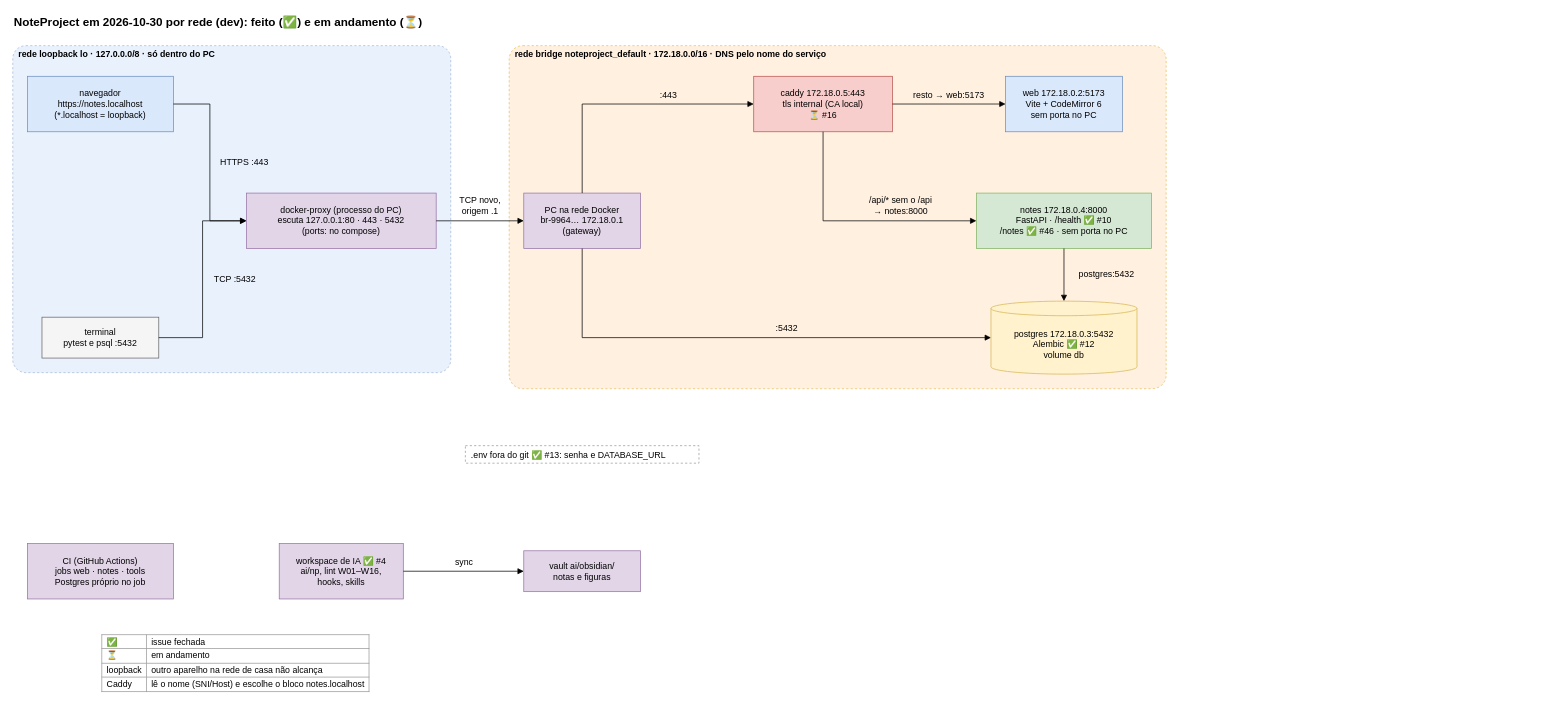
The draw.io diagram ai/kb/diagramas/o-que-ja-foi-feito.drawio in LuccaRh/NoteProject, before the edit. Source tidied: cells renumbered, new cells numbered last; positions are measured from the earlier drawing's top-left corner, leaving out a move shared by most shapes. Both pictures are drawn from the tidied source at 73%, with x=0, y=0 at pixel (12, 12).
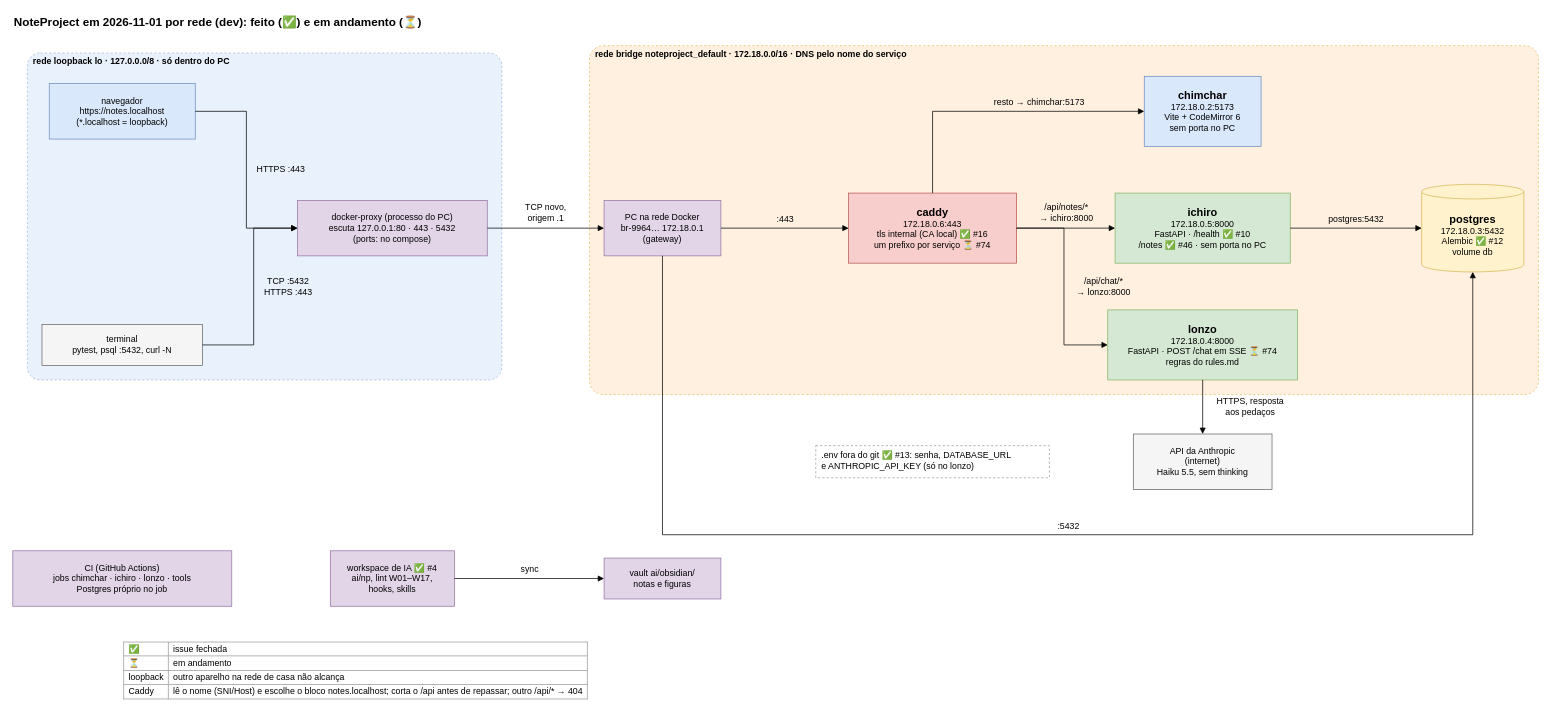
After the change.

The edit, as a diff of the source:
```diff
@@
-    <mxCell id="2" value="NoteProject em 2026-10-30 por rede (dev): feito (✅) e em andamento (⏳)" style="text;html=1;align=left;verticalAlign=middle;fontSize=16;fontStyle=1;" parent="1" vertex="1">
+    <mxCell id="2" value="NoteProject em 2026-11-01 por rede (dev): feito (✅) e em andamento (⏳)" style="text;html=1;align=left;verticalAlign=middle;fontSize=16;fontStyle=1;" parent="1" vertex="1">
       <mxGeometry width="658" height="26" as="geometry" />
     </mxCell>
     <mxCell id="3" style="rounded=1;arcSize=4;dashed=1;html=1;fontSize=12;fillColor=#ffe6cc;strokeColor=#d79b00;opacity=60;" parent="1" vertex="1">
-      <mxGeometry x="680" y="45" width="900" height="470" as="geometry" />
+      <mxGeometry x="790" y="45" width="1300" height="478" as="geometry" />
     </mxCell>
     <mxCell id="4" style="rounded=1;arcSize=4;dashed=1;html=1;fontSize=12;fillColor=#dae8fc;strokeColor=#6c8ebf;opacity=60;" parent="1" vertex="1">
-      <mxGeometry y="45" width="600" height="448" as="geometry" />
+      <mxGeometry x="20" y="55" width="650" height="448" as="geometry" />
     </mxCell>
     <mxCell id="5" value="navegador&lt;br&gt;https://notes.localhost&lt;br&gt;(*.localhost = loopback)" style="html=1;whiteSpace=wrap;fontSize=12;rounded=0;fillColor=#dae8fc;strokeColor=#6c8ebf;" parent="1" vertex="1">
-      <mxGeometry x="20" y="87" width="200" height="76" as="geometry" />
+      <mxGeometry x="50" y="97" width="200" height="76" as="geometry" />
     </mxCell>
-    <mxCell id="6" value="terminal&lt;br&gt;pytest e psql :5432" style="html=1;whiteSpace=wrap;fontSize=12;rounded=0;fillColor=#f5f5f5;strokeColor=#666666;" parent="1" vertex="1">
-      <mxGeometry x="40" y="417" width="160" height="56" as="geometry" />
+    <mxCell id="6" value="terminal&lt;br&gt;pytest, psql :5432, curl -N" style="html=1;whiteSpace=wrap;fontSize=12;rounded=0;fillColor=#f5f5f5;strokeColor=#666666;" parent="1" vertex="1">
+      <mxGeometry x="40" y="427" width="220" height="56" as="geometry" />
     </mxCell>
     <mxCell id="7" value="docker-proxy (processo do PC)&lt;br&gt;escuta 127.0.0.1:80 · 443 · 5432&lt;br&gt;(ports: no compose)" style="html=1;whiteSpace=wrap;fontSize=12;rounded=0;fillColor=#e1d5e7;strokeColor=#9673a6;" parent="1" vertex="1">
-      <mxGeometry x="320" y="247" width="260" height="76" as="geometry" />
+      <mxGeometry x="390" y="257" width="260" height="76" as="geometry" />
     </mxCell>
     <mxCell id="8" value="PC na rede Docker&lt;br&gt;br-9964… 172.18.0.1&lt;br&gt;(gateway)" style="html=1;whiteSpace=wrap;fontSize=12;rounded=0;fillColor=#e1d5e7;strokeColor=#9673a6;" parent="1" vertex="1">
-      <mxGeometry x="700" y="247" width="160" height="76" as="geometry" />
+      <mxGeometry x="810" y="257" width="160" height="76" as="geometry" />
     </mxCell>
-    <mxCell id="9" value="caddy 172.18.0.5:443&lt;br&gt;tls internal (CA local)&lt;br&gt;⏳ #16" style="html=1;whiteSpace=wrap;fontSize=12;rounded=0;fillColor=#f8cecc;strokeColor=#b85450;" parent="1" vertex="1">
-      <mxGeometry x="1015" y="87" width="190" height="76" as="geometry" />
+    <mxCell id="9" value="&lt;font style='font-size:15px'&gt;&lt;b&gt;caddy&lt;/b&gt;&lt;/font&gt;&lt;br&gt;172.18.0.6:443&lt;br&gt;tls internal (CA local) ✅ #16&lt;br&gt;um prefixo por serviço ⏳ #74" style="html=1;whiteSpace=wrap;fontSize=12;rounded=0;fillColor=#f8cecc;strokeColor=#b85450;" parent="1" vertex="1">
+      <mxGeometry x="1145" y="247" width="230" height="96" as="geometry" />
     </mxCell>
-    <mxCell id="10" value="web 172.18.0.2:5173&lt;br&gt;Vite + CodeMirror 6&lt;br&gt;sem porta no PC" style="html=1;whiteSpace=wrap;fontSize=12;rounded=0;fillColor=#dae8fc;strokeColor=#6c8ebf;" parent="1" vertex="1">
-      <mxGeometry x="1360" y="87" width="160" height="76" as="geometry" />
+    <mxCell id="10" value="&lt;font style='font-size:15px'&gt;&lt;b&gt;chimchar&lt;/b&gt;&lt;/font&gt;&lt;br&gt;172.18.0.2:5173&lt;br&gt;Vite + CodeMirror 6&lt;br&gt;sem porta no PC" style="html=1;whiteSpace=wrap;fontSize=12;rounded=0;fillColor=#dae8fc;strokeColor=#6c8ebf;" parent="1" vertex="1">
+      <mxGeometry x="1550" y="87" width="160" height="96" as="geometry" />
     </mxCell>
-    <mxCell id="11" value="notes 172.18.0.4:8000&lt;br&gt;FastAPI · /health ✅ #10&lt;br&gt;/notes ✅ #46 · sem porta no PC" style="html=1;whiteSpace=wrap;fontSize=12;rounded=0;fillColor=#d5e8d4;strokeColor=#82b366;" parent="1" vertex="1">
-      <mxGeometry x="1320" y="247" width="240" height="76" as="geometry" />
+    <mxCell id="11" value="&lt;font style='font-size:15px'&gt;&lt;b&gt;ichiro&lt;/b&gt;&lt;/font&gt;&lt;br&gt;172.18.0.5:8000&lt;br&gt;FastAPI · /health ✅ #10&lt;br&gt;/notes ✅ #46 · sem porta no PC" style="html=1;whiteSpace=wrap;fontSize=12;rounded=0;fillColor=#d5e8d4;strokeColor=#82b366;" parent="1" vertex="1">
+      <mxGeometry x="1510" y="247" width="240" height="96" as="geometry" />
     </mxCell>
+    <mxCell id="38" value="&lt;font style='font-size:15px'&gt;&lt;b&gt;lonzo&lt;/b&gt;&lt;/font&gt;&lt;br&gt;172.18.0.4:8000&lt;br&gt;FastAPI · POST /chat em SSE ⏳ #74&lt;br&gt;regras do rules.md" style="html=1;whiteSpace=wrap;fontSize=12;rounded=0;fillColor=#d5e8d4;strokeColor=#82b366;" parent="1" vertex="1">
+      <mxGeometry x="1500" y="407" width="260" height="96" as="geometry" />
+    </mxCell>
-    <mxCell id="12" value="postgres 172.18.0.3:5432&lt;br&gt;Alembic ✅ #12&lt;br&gt;volume db" style="html=1;whiteSpace=wrap;fontSize=12;shape=cylinder3;boundedLbl=1;backgroundOutline=1;size=10;fillColor=#fff2cc;strokeColor=#d6b656;" parent="1" vertex="1">
-      <mxGeometry x="1340" y="395" width="200" height="100" as="geometry" />
+    <mxCell id="12" value="&lt;font style='font-size:15px'&gt;&lt;b&gt;postgres&lt;/b&gt;&lt;/font&gt;&lt;br&gt;172.18.0.3:5432&lt;br&gt;Alembic ✅ #12&lt;br&gt;volume db" style="html=1;whiteSpace=wrap;fontSize=12;shape=cylinder3;boundedLbl=1;backgroundOutline=1;size=10;fillColor=#fff2cc;strokeColor=#d6b656;" parent="1" vertex="1">
+      <mxGeometry x="1930" y="235" width="140" height="120" as="geometry" />
     </mxCell>
+    <mxCell id="39" value="API da Anthropic&lt;br&gt;(internet)&lt;br&gt;Haiku 5.5, sem thinking" style="html=1;whiteSpace=wrap;fontSize=12;rounded=0;fillColor=#f5f5f5;strokeColor=#666666;" parent="1" vertex="1">
+      <mxGeometry x="1535" y="577" width="190" height="76" as="geometry" />
+    </mxCell>
-    <mxCell id="13" value=".env fora do git ✅ #13: senha e DATABASE_URL" style="text;html=1;whiteSpace=wrap;fontSize=12;align=left;verticalAlign=top;strokeColor=#999999;dashed=1;spacingLeft=6;" parent="1" vertex="1">
-      <mxGeometry x="620" y="593" width="320" height="24" as="geometry" />
+    <mxCell id="13" value=".env fora do git ✅ #13: senha, DATABASE_URL&lt;br&gt;e ANTHROPIC_API_KEY (só no lonzo)" style="text;html=1;whiteSpace=wrap;fontSize=12;align=left;verticalAlign=top;strokeColor=#999999;dashed=1;spacingLeft=6;" parent="1" vertex="1">
+      <mxGeometry x="1100" y="593" width="320" height="44" as="geometry" />
     </mxCell>
-    <mxCell id="14" value="CI (GitHub Actions)&lt;br&gt;jobs web · notes · tools&lt;br&gt;Postgres próprio no job" style="html=1;whiteSpace=wrap;fontSize=12;rounded=0;fillColor=#e1d5e7;strokeColor=#9673a6;" parent="1" vertex="1">
-      <mxGeometry x="20" y="727" width="200" height="76" as="geometry" />
+    <mxCell id="14" value="CI (GitHub Actions)&lt;br&gt;jobs chimchar · ichiro · lonzo · tools&lt;br&gt;Postgres próprio no job" style="html=1;whiteSpace=wrap;fontSize=12;rounded=0;fillColor=#e1d5e7;strokeColor=#9673a6;" parent="1" vertex="1">
+      <mxGeometry y="737" width="300" height="76" as="geometry" />
     </mxCell>
-    <mxCell id="15" value="workspace de IA ✅ #4&lt;br&gt;ai/np, lint W01–W16,&lt;br&gt;hooks, skills" style="html=1;whiteSpace=wrap;fontSize=12;rounded=0;fillColor=#e1d5e7;strokeColor=#9673a6;" parent="1" vertex="1">
-      <mxGeometry x="365" y="727" width="170" height="76" as="geometry" />
+    <mxCell id="15" value="workspace de IA ✅ #4&lt;br&gt;ai/np, lint W01–W17,&lt;br&gt;hooks, skills" style="html=1;whiteSpace=wrap;fontSize=12;rounded=0;fillColor=#e1d5e7;strokeColor=#9673a6;" parent="1" vertex="1">
+      <mxGeometry x="435" y="737" width="170" height="76" as="geometry" />
     </mxCell>
     <mxCell id="16" value="vault ai/obsidian/&lt;br&gt;notas e figuras" style="html=1;whiteSpace=wrap;fontSize=12;rounded=0;fillColor=#e1d5e7;strokeColor=#9673a6;" parent="1" vertex="1">
-      <mxGeometry x="700" y="737" width="160" height="56" as="geometry" />
+      <mxGeometry x="810" y="747" width="160" height="56" as="geometry" />
     </mxCell>
     <mxCell id="17" style="html=1;rounded=0;endArrow=block;endFill=1;startArrow=none;" parent="1" edge="1">
       <mxGeometry relative="1" as="geometry">
-        <mxPoint x="220" y="125" as="sourcePoint" />
-        <mxPoint x="320" y="285" as="targetPoint" />
+        <mxPoint x="250" y="135" as="sourcePoint" />
+        <mxPoint x="390" y="295" as="targetPoint" />
         <Array as="points">
-          <mxPoint x="270" y="125" />
-          <mxPoint x="270" y="285" />
+          <mxPoint x="320" y="135" />
+          <mxPoint x="320" y="295" />
         </Array>
       </mxGeometry>
     </mxCell>
     <mxCell id="18" style="html=1;rounded=0;endArrow=block;endFill=1;startArrow=none;" parent="1" edge="1">
       <mxGeometry relative="1" as="geometry">
-        <mxPoint x="200" y="445" as="sourcePoint" />
-        <mxPoint x="320" y="285" as="targetPoint" />
+        <mxPoint x="260" y="455" as="sourcePoint" />
+        <mxPoint x="390" y="295" as="targetPoint" />
         <Array as="points">
-          <mxPoint x="260" y="445" />
-          <mxPoint x="260" y="285" />
+          <mxPoint x="330" y="455" />
+          <mxPoint x="330" y="295" />
         </Array>
       </mxGeometry>
     </mxCell>
     <mxCell id="19" style="html=1;rounded=0;endArrow=block;endFill=1;startArrow=none;" parent="1" edge="1">
       <mxGeometry relative="1" as="geometry">
-        <mxPoint x="580" y="285" as="sourcePoint" />
-        <mxPoint x="700" y="285" as="targetPoint" />
+        <mxPoint x="650" y="295" as="sourcePoint" />
+        <mxPoint x="810" y="295" as="targetPoint" />
       </mxGeometry>
     </mxCell>
     <mxCell id="20" style="html=1;rounded=0;endArrow=block;endFill=1;startArrow=none;" parent="1" edge="1">
       <mxGeometry relative="1" as="geometry">
-        <mxPoint x="780" y="247" as="sourcePoint" />
-        <mxPoint x="1015" y="125" as="targetPoint" />
-        <Array as="points">
-          <mxPoint x="780" y="125" />
-        </Array>
+        <mxPoint x="970" y="295" as="sourcePoint" />
+        <mxPoint x="1145" y="295" as="targetPoint" />
       </mxGeometry>
     </mxCell>
     <mxCell id="21" style="html=1;rounded=0;endArrow=block;endFill=1;startArrow=none;" parent="1" edge="1">
       <mxGeometry relative="1" as="geometry">
-        <mxPoint x="1205" y="125" as="sourcePoint" />
-        <mxPoint x="1360" y="125" as="targetPoint" />
+        <mxPoint x="1260" y="247" as="sourcePoint" />
+        <mxPoint x="1550" y="135" as="targetPoint" />
+        <Array as="points">
+          <mxPoint x="1260" y="135" />
+        </Array>
       </mxGeometry>
     </mxCell>
     <mxCell id="22" style="html=1;rounded=0;endArrow=block;endFill=1;startArrow=none;" parent="1" edge="1">
       <mxGeometry relative="1" as="geometry">
-        <mxPoint x="1110" y="163" as="sourcePoint" />
-        <mxPoint x="1320" y="285" as="targetPoint" />
-        <Array as="points">
-          <mxPoint x="1110" y="285" />
-        </Array>
+        <mxPoint x="1375" y="295" as="sourcePoint" />
+        <mxPoint x="1510" y="295" as="targetPoint" />
       </mxGeometry>
     </mxCell>
     <mxCell id="23" style="html=1;rounded=0;endArrow=block;endFill=1;startArrow=none;" parent="1" edge="1">
       <mxGeometry relative="1" as="geometry">
-        <mxPoint x="780" y="323" as="sourcePoint" />
-        <mxPoint x="1340" y="445" as="targetPoint" />
+        <mxPoint x="1375" y="295" as="sourcePoint" />
+        <mxPoint x="1500" y="455" as="targetPoint" />
         <Array as="points">
-          <mxPoint x="780" y="445" />
+          <mxPoint x="1440" y="295" />
+          <mxPoint x="1440" y="455" />
         </Array>
       </mxGeometry>
     </mxCell>
     <mxCell id="24" style="html=1;rounded=0;endArrow=block;endFill=1;startArrow=none;" parent="1" edge="1">
       <mxGeometry relative="1" as="geometry">
-        <mxPoint x="1440" y="323" as="sourcePoint" />
-        <mxPoint x="1440" y="395" as="targetPoint" />
+        <mxPoint x="1750" y="295" as="sourcePoint" />
+        <mxPoint x="1930" y="295" as="targetPoint" />
       </mxGeometry>
     </mxCell>
     <mxCell id="25" style="html=1;rounded=0;endArrow=block;endFill=1;startArrow=none;" parent="1" edge="1">
       <mxGeometry relative="1" as="geometry">
-        <mxPoint x="535" y="765" as="sourcePoint" />
-        <mxPoint x="700" y="765" as="targetPoint" />
+        <mxPoint x="1630" y="503" as="sourcePoint" />
+        <mxPoint x="1630" y="577" as="targetPoint" />
       </mxGeometry>
     </mxCell>
+    <mxCell id="40" style="html=1;rounded=0;endArrow=block;endFill=1;startArrow=none;" parent="1" edge="1">
+      <mxGeometry relative="1" as="geometry">
+        <mxPoint x="890" y="333" as="sourcePoint" />
+        <mxPoint x="2000" y="355" as="targetPoint" />
+        <Array as="points">
+          <mxPoint x="890" y="715" />
+          <mxPoint x="2000" y="715" />
+        </Array>
+      </mxGeometry>
+    </mxCell>
+    <mxCell id="41" style="html=1;rounded=0;endArrow=block;endFill=1;startArrow=none;" parent="1" edge="1">
+      <mxGeometry relative="1" as="geometry">
+        <mxPoint x="605" y="775" as="sourcePoint" />
+        <mxPoint x="810" y="775" as="targetPoint" />
+      </mxGeometry>
+    </mxCell>
     <mxCell id="26" value="&lt;b&gt;rede loopback lo · 127.0.0.0/8 · só dentro do PC&lt;/b&gt;" style="text;html=1;align=left;verticalAlign=middle;fontSize=12;" parent="1" vertex="1">
-      <mxGeometry x="6" y="48" width="352" height="18" as="geometry" />
+      <mxGeometry x="26" y="58" width="352" height="18" as="geometry" />
     </mxCell>
     <mxCell id="27" value="&lt;b&gt;rede bridge noteproject_default · 172.18.0.0/16 · DNS pelo nome do serviço&lt;/b&gt;" style="text;html=1;align=left;verticalAlign=middle;fontSize=12;" parent="1" vertex="1">
-      <mxGeometry x="686" y="48" width="527" height="18" as="geometry" />
+      <mxGeometry x="796" y="48" width="527" height="18" as="geometry" />
     </mxCell>
     <mxCell id="28" value="HTTPS :443" style="text;html=1;align=center;verticalAlign=middle;fontSize=12;" parent="1" vertex="1">
-      <mxGeometry x="274" y="196" width="86" height="18" as="geometry" />
+      <mxGeometry x="324" y="206" width="86" height="18" as="geometry" />
     </mxCell>
-    <mxCell id="29" value="TCP :5432" style="text;html=1;align=center;verticalAlign=middle;fontSize=12;" parent="1" vertex="1">
-      <mxGeometry x="264" y="356" width="79" height="18" as="geometry" />
+    <mxCell id="29" value="TCP :5432&lt;br&gt;HTTPS :443" style="text;html=1;align=center;verticalAlign=middle;fontSize=12;" parent="1" vertex="1">
+      <mxGeometry x="334" y="357" width="86" height="36" as="geometry" />
     </mxCell>
     <mxCell id="30" value="TCP novo,&lt;br&gt;origem .1" style="text;html=1;align=center;verticalAlign=middle;fontSize=12;" parent="1" vertex="1">
-      <mxGeometry x="600" y="246" width="79" height="36" as="geometry" />
+      <mxGeometry x="690" y="256" width="79" height="36" as="geometry" />
     </mxCell>
     <mxCell id="31" value=":443" style="text;html=1;align=center;verticalAlign=middle;fontSize=12;" parent="1" vertex="1">
-      <mxGeometry x="876" y="104" width="44" height="18" as="geometry" />
+      <mxGeometry x="1036" y="274" width="44" height="18" as="geometry" />
     </mxCell>
-    <mxCell id="32" value="resto → web:5173" style="text;html=1;align=center;verticalAlign=middle;fontSize=12;" parent="1" vertex="1">
-      <mxGeometry x="1218" y="104" width="128" height="18" as="geometry" />
+    <mxCell id="32" value="resto → chimchar:5173" style="text;html=1;align=center;verticalAlign=middle;fontSize=12;" parent="1" vertex="1">
+      <mxGeometry x="1324" y="114" width="163" height="18" as="geometry" />
     </mxCell>
-    <mxCell id="33" value="/api/* sem o /api&lt;br&gt;→ notes:8000" style="text;html=1;align=center;verticalAlign=middle;fontSize=12;" parent="1" vertex="1">
-      <mxGeometry x="1148" y="246" width="135" height="36" as="geometry" />
+    <mxCell id="33" value="/api/notes/*&lt;br&gt;→ ichiro:8000" style="text;html=1;align=center;verticalAlign=middle;fontSize=12;" parent="1" vertex="1">
+      <mxGeometry x="1389" y="256" width="107" height="36" as="geometry" />
     </mxCell>
-    <mxCell id="34" value=":5432" style="text;html=1;align=center;verticalAlign=middle;fontSize=12;" parent="1" vertex="1">
-      <mxGeometry x="1034" y="424" width="51" height="18" as="geometry" />
+    <mxCell id="34" value="/api/chat/*&lt;br&gt;→ lonzo:8000" style="text;html=1;align=center;verticalAlign=middle;fontSize=12;" parent="1" vertex="1">
+      <mxGeometry x="1444" y="357" width="100" height="36" as="geometry" />
     </mxCell>
     <mxCell id="35" value="postgres:5432" style="text;html=1;align=center;verticalAlign=middle;fontSize=12;" parent="1" vertex="1">
-      <mxGeometry x="1444" y="350" width="107" height="18" as="geometry" />
+      <mxGeometry x="1786" y="274" width="107" height="18" as="geometry" />
     </mxCell>
-    <mxCell id="36" value="sync" style="text;html=1;align=center;verticalAlign=middle;fontSize=12;" parent="1" vertex="1">
-      <mxGeometry x="596" y="744" width="44" height="18" as="geometry" />
+    <mxCell id="36" value="HTTPS, resposta&lt;br&gt;aos pedaços" style="text;html=1;align=center;verticalAlign=middle;fontSize=12;" parent="1" vertex="1">
+      <mxGeometry x="1634" y="522" width="121" height="36" as="geometry" />
     </mxCell>
+    <mxCell id="42" value=":5432" style="text;html=1;align=center;verticalAlign=middle;fontSize=12;" parent="1" vertex="1">
+      <mxGeometry x="1420" y="694" width="51" height="18" as="geometry" />
+    </mxCell>
+    <mxCell id="43" value="sync" style="text;html=1;align=center;verticalAlign=middle;fontSize=12;" parent="1" vertex="1">
+      <mxGeometry x="686" y="754" width="44" height="18" as="geometry" />
+    </mxCell>
-    <mxCell id="37" value="&lt;table style=&quot;border-collapse:collapse;font-size:12px&quot;&gt;&lt;tr&gt;&lt;td style=&quot;border:1px solid #999;padding:2px 6px;text-align:left&quot;&gt;✅&lt;/td&gt;&lt;td style=&quot;border:1px solid #999;padding:2px 6px;text-align:left&quot;&gt;issue fechada&lt;/td&gt;&lt;/tr&gt;&lt;tr&gt;&lt;td style=&quot;border:1px solid #999;padding:2px 6px;text-align:left&quot;&gt;⏳&lt;/td&gt;&lt;td style=&quot;border:1px solid #999;padding:2px 6px;text-align:left&quot;&gt;em andamento&lt;/td&gt;&lt;/tr&gt;&lt;tr&gt;&lt;td style=&quot;border:1px solid #999;padding:2px 6px;text-align:left&quot;&gt;loopback&lt;/td&gt;&lt;td style=&quot;border:1px solid #999;padding:2px 6px;text-align:left&quot;&gt;outro aparelho na rede de casa não alcança&lt;/td&gt;&lt;/tr&gt;&lt;tr&gt;&lt;td style=&quot;border:1px solid #999;padding:2px 6px;text-align:left&quot;&gt;Caddy&lt;/td&gt;&lt;td style=&quot;border:1px solid #999;padding:2px 6px;text-align:left&quot;&gt;lê o nome (SNI/Host) e escolhe o bloco notes.localhost&lt;/td&gt;&lt;/tr&gt;&lt;/table&gt;" style="text;html=1;align=left;verticalAlign=top;whiteSpace=wrap;fontSize=12;" parent="1" vertex="1">
-      <mxGeometry x="120" y="845" width="486" height="94" as="geometry" />
+    <mxCell id="37" value="&lt;table style=&quot;border-collapse:collapse;font-size:12px&quot;&gt;&lt;tr&gt;&lt;td style=&quot;border:1px solid #999;padding:2px 6px;text-align:left&quot;&gt;✅&lt;/td&gt;&lt;td style=&quot;border:1px solid #999;padding:2px 6px;text-align:left&quot;&gt;issue fechada&lt;/td&gt;&lt;/tr&gt;&lt;tr&gt;&lt;td style=&quot;border:1px solid #999;padding:2px 6px;text-align:left&quot;&gt;⏳&lt;/td&gt;&lt;td style=&quot;border:1px solid #999;padding:2px 6px;text-align:left&quot;&gt;em andamento&lt;/td&gt;&lt;/tr&gt;&lt;tr&gt;&lt;td style=&quot;border:1px solid #999;padding:2px 6px;text-align:left&quot;&gt;loopback&lt;/td&gt;&lt;td style=&quot;border:1px solid #999;padding:2px 6px;text-align:left&quot;&gt;outro aparelho na rede de casa não alcança&lt;/td&gt;&lt;/tr&gt;&lt;tr&gt;&lt;td style=&quot;border:1px solid #999;padding:2px 6px;text-align:left&quot;&gt;Caddy&lt;/td&gt;&lt;td style=&quot;border:1px solid #999;padding:2px 6px;text-align:left&quot;&gt;lê o nome (SNI/Host) e escolhe o bloco notes.localhost; corta o /api antes de repassar; outro /api/* → 404&lt;/td&gt;&lt;/tr&gt;&lt;/table&gt;" style="text;html=1;align=left;verticalAlign=top;whiteSpace=wrap;fontSize=12;" parent="1" vertex="1">
+      <mxGeometry x="150" y="855" width="850" height="94" as="geometry" />
     </mxCell>
```
